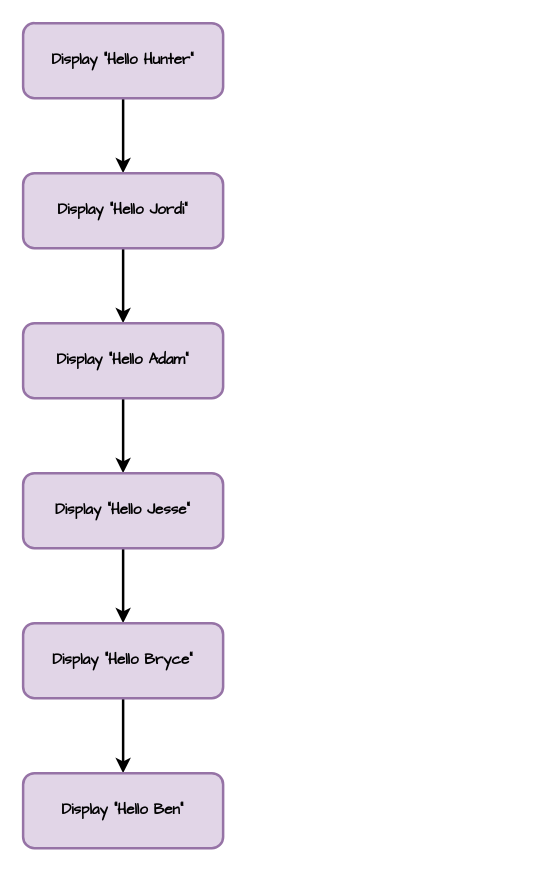
Before: page "lesson_1_1" (2 of 13) of flowcharts.drawio in DamoM73/turtle_vid_tute, a draw.io diagram. Source tidied: cells renumbered, new cells numbered last; positions are measured from the earlier drawing's top-left corner, leaving out a move shared by most shapes. Both pictures are drawn from the tidied source at 125%, with x=0, y=0 at pixel (22, 22).
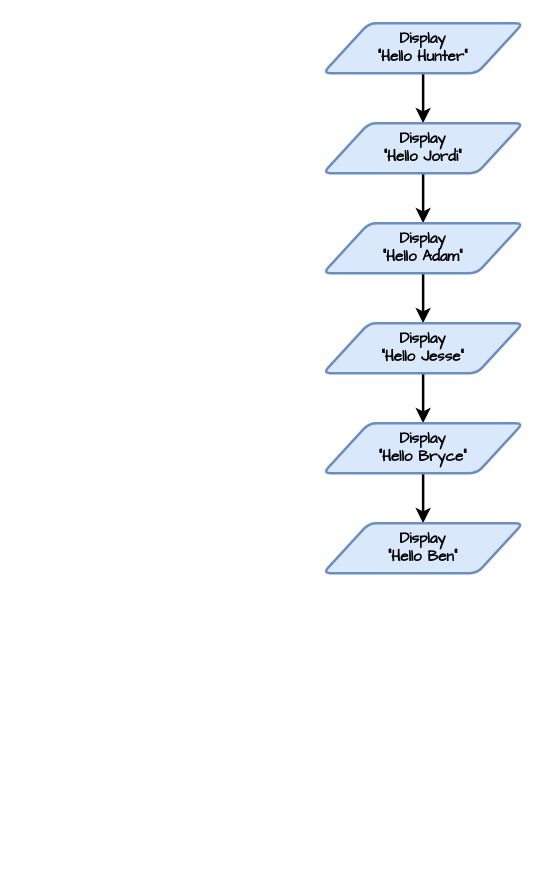
After the change.

Diff of the diagram source:
```diff
@@
 <mxGraphModel>
   <root>
     <mxCell id="0" />
     <mxCell id="1" parent="0" />
-    <mxCell id="2" style="edgeStyle=orthogonalEdgeStyle;rounded=0;jettySize=auto;html=1;exitX=0.5;exitY=1;exitDx=0;exitDy=0;entryX=0.5;entryY=0;entryDx=0;entryDy=0;fontFamily=Comic Sans MS;fontSize=12;strokeWidth=2;" parent="1" edge="1" source="3" target="5">
+    <mxCell id="2" style="edgeStyle=orthogonalEdgeStyle;rounded=0;jettySize=auto;html=1;exitX=0.5;exitY=1;exitDx=0;exitDy=0;entryX=0.5;entryY=0;entryDx=0;entryDy=0;fontFamily=Comic Sans MS;strokeWidth=2;" parent="1" edge="1" source="3" target="5">
       <mxGeometry relative="1" as="geometry" />
     </mxCell>
-    <mxCell id="3" value="Display &quot;Hello Hunter&quot;" style="rounded=1;whiteSpace=wrap;html=1;fontFamily=Comic Sans MS;fontStyle=1;fontSize=12;fillColor=#e1d5e7;strokeColor=#9673a6;strokeWidth=2;" parent="1" vertex="1">
-      <mxGeometry width="160" height="60" as="geometry" />
+    <mxCell id="3" value="Display &lt;br&gt;&quot;Hello Hunter&quot;" style="shape=parallelogram;html=1;strokeWidth=2;perimeter=parallelogramPerimeter;whiteSpace=wrap;rounded=1;arcSize=12;size=0.23;fillColor=#dae8fc;strokeColor=#6c8ebf;fontFamily=Comic Sans MS;fontStyle=1;" parent="1" vertex="1">
+      <mxGeometry x="240" width="160" height="40" as="geometry" />
     </mxCell>
-    <mxCell id="4" style="edgeStyle=orthogonalEdgeStyle;rounded=0;jettySize=auto;html=1;exitX=0.5;exitY=1;exitDx=0;exitDy=0;entryX=0.5;entryY=0;entryDx=0;entryDy=0;fontFamily=Comic Sans MS;fontSize=12;strokeWidth=2;" parent="1" edge="1" source="5" target="7">
+    <mxCell id="4" style="edgeStyle=orthogonalEdgeStyle;rounded=0;jettySize=auto;html=1;exitX=0.5;exitY=1;exitDx=0;exitDy=0;entryX=0.5;entryY=0;entryDx=0;entryDy=0;fontFamily=Comic Sans MS;strokeWidth=2;" parent="1" edge="1" source="5" target="7">
       <mxGeometry relative="1" as="geometry" />
     </mxCell>
-    <mxCell id="5" value="Display &quot;Hello Jordi&quot;" style="rounded=1;whiteSpace=wrap;html=1;fontFamily=Comic Sans MS;fontStyle=1;fontSize=12;fillColor=#e1d5e7;strokeColor=#9673a6;strokeWidth=2;" parent="1" vertex="1">
-      <mxGeometry y="120" width="160" height="60" as="geometry" />
+    <mxCell id="5" value="Display &lt;br&gt;&quot;Hello Jordi&quot;" style="shape=parallelogram;html=1;strokeWidth=2;perimeter=parallelogramPerimeter;whiteSpace=wrap;rounded=1;arcSize=12;size=0.23;fillColor=#dae8fc;strokeColor=#6c8ebf;fontFamily=Comic Sans MS;fontStyle=1;" parent="1" vertex="1">
+      <mxGeometry x="240" y="80" width="160" height="40" as="geometry" />
     </mxCell>
-    <mxCell id="6" style="edgeStyle=orthogonalEdgeStyle;rounded=0;jettySize=auto;html=1;exitX=0.5;exitY=1;exitDx=0;exitDy=0;entryX=0.5;entryY=0;entryDx=0;entryDy=0;strokeWidth=2;fontFamily=Comic Sans MS;fontSize=12;" parent="1" edge="1" source="7" target="9">
+    <mxCell id="6" style="edgeStyle=orthogonalEdgeStyle;rounded=0;jettySize=auto;html=1;exitX=0.5;exitY=1;exitDx=0;exitDy=0;entryX=0.5;entryY=0;entryDx=0;entryDy=0;fontFamily=Comic Sans MS;strokeWidth=2;" parent="1" edge="1" source="7" target="9">
       <mxGeometry relative="1" as="geometry" />
     </mxCell>
-    <mxCell id="7" value="Display &quot;Hello Adam&quot;" style="rounded=1;whiteSpace=wrap;html=1;fontFamily=Comic Sans MS;fontStyle=1;fontSize=12;fillColor=#e1d5e7;strokeColor=#9673a6;strokeWidth=2;" parent="1" vertex="1">
-      <mxGeometry y="240" width="160" height="60" as="geometry" />
+    <mxCell id="7" value="Display &lt;br&gt;&quot;Hello Adam&quot;" style="shape=parallelogram;html=1;strokeWidth=2;perimeter=parallelogramPerimeter;whiteSpace=wrap;rounded=1;arcSize=12;size=0.23;fillColor=#dae8fc;strokeColor=#6c8ebf;fontFamily=Comic Sans MS;fontStyle=1;" parent="1" vertex="1">
+      <mxGeometry x="240" y="160" width="160" height="40" as="geometry" />
     </mxCell>
-    <mxCell id="8" style="edgeStyle=orthogonalEdgeStyle;rounded=0;jettySize=auto;html=1;exitX=0.5;exitY=1;exitDx=0;exitDy=0;entryX=0.5;entryY=0;entryDx=0;entryDy=0;strokeWidth=2;fontFamily=Comic Sans MS;fontSize=12;" parent="1" edge="1" source="9" target="11">
+    <mxCell id="8" style="edgeStyle=orthogonalEdgeStyle;rounded=0;jettySize=auto;html=1;exitX=0.5;exitY=1;exitDx=0;exitDy=0;entryX=0.5;entryY=0;entryDx=0;entryDy=0;fontFamily=Comic Sans MS;strokeWidth=2;" parent="1" edge="1" source="9" target="11">
       <mxGeometry relative="1" as="geometry" />
     </mxCell>
-    <mxCell id="9" value="Display &quot;Hello Jesse&quot;" style="rounded=1;whiteSpace=wrap;html=1;fontFamily=Comic Sans MS;fontStyle=1;fontSize=12;fillColor=#e1d5e7;strokeColor=#9673a6;strokeWidth=2;" parent="1" vertex="1">
-      <mxGeometry y="360" width="160" height="60" as="geometry" />
+    <mxCell id="9" value="Display &lt;br&gt;&quot;Hello Jesse&quot;" style="shape=parallelogram;html=1;strokeWidth=2;perimeter=parallelogramPerimeter;whiteSpace=wrap;rounded=1;arcSize=12;size=0.23;fillColor=#dae8fc;strokeColor=#6c8ebf;fontFamily=Comic Sans MS;fontStyle=1;" parent="1" vertex="1">
+      <mxGeometry x="240" y="240" width="160" height="40" as="geometry" />
     </mxCell>
-    <mxCell id="10" style="edgeStyle=orthogonalEdgeStyle;rounded=0;jettySize=auto;html=1;exitX=0.5;exitY=1;exitDx=0;exitDy=0;entryX=0.5;entryY=0;entryDx=0;entryDy=0;strokeWidth=2;fontFamily=Comic Sans MS;fontSize=12;" parent="1" edge="1" source="11" target="12">
+    <mxCell id="10" style="edgeStyle=orthogonalEdgeStyle;rounded=0;jettySize=auto;html=1;exitX=0.5;exitY=1;exitDx=0;exitDy=0;entryX=0.5;entryY=0;entryDx=0;entryDy=0;fontFamily=Comic Sans MS;strokeWidth=2;" parent="1" edge="1" source="11" target="12">
       <mxGeometry relative="1" as="geometry" />
     </mxCell>
-    <mxCell id="11" value="Display &quot;Hello Bryce&quot;" style="rounded=1;whiteSpace=wrap;html=1;fontFamily=Comic Sans MS;fontStyle=1;fontSize=12;fillColor=#e1d5e7;strokeColor=#9673a6;strokeWidth=2;" parent="1" vertex="1">
-      <mxGeometry y="480" width="160" height="60" as="geometry" />
+    <mxCell id="11" value="Display &lt;br&gt;&quot;Hello Bryce&quot;" style="shape=parallelogram;html=1;strokeWidth=2;perimeter=parallelogramPerimeter;whiteSpace=wrap;rounded=1;arcSize=12;size=0.23;fillColor=#dae8fc;strokeColor=#6c8ebf;fontFamily=Comic Sans MS;fontStyle=1;" parent="1" vertex="1">
+      <mxGeometry x="240" y="320" width="160" height="40" as="geometry" />
     </mxCell>
-    <mxCell id="12" value="Display &quot;Hello Ben&quot;" style="rounded=1;whiteSpace=wrap;html=1;fontFamily=Comic Sans MS;fontStyle=1;fontSize=12;fillColor=#e1d5e7;strokeColor=#9673a6;strokeWidth=2;" parent="1" vertex="1">
-      <mxGeometry y="600" width="160" height="60" as="geometry" />
+    <mxCell id="12" value="Display &lt;br&gt;&quot;Hello Ben&quot;" style="shape=parallelogram;html=1;strokeWidth=2;perimeter=parallelogramPerimeter;whiteSpace=wrap;rounded=1;arcSize=12;size=0.23;fillColor=#dae8fc;strokeColor=#6c8ebf;fontFamily=Comic Sans MS;fontStyle=1;" parent="1" vertex="1">
+      <mxGeometry x="240" y="400" width="160" height="40" as="geometry" />
     </mxCell>
   </root>
 </mxGraphModel>
```
